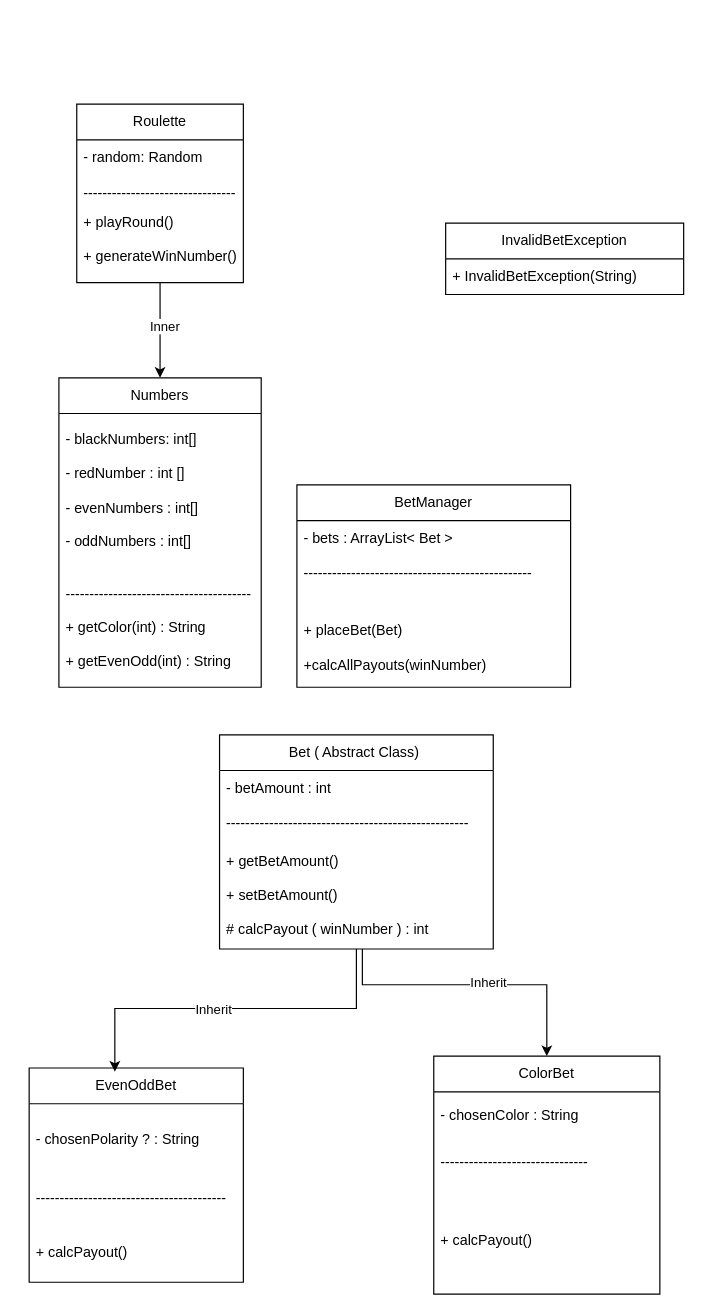
This is UD1Middy.drawio from CS112-2564-Fall2024/ud1-it-s-not-gambling-it-s-research, a draw.io file, before an edit. Source tidied: cells renumbered, new cells numbered last; positions are measured from the earlier drawing's top-left corner, leaving out a move shared by most shapes. Both pictures are drawn from the tidied source at 119%, with x=0, y=0 at pixel (29, 104).
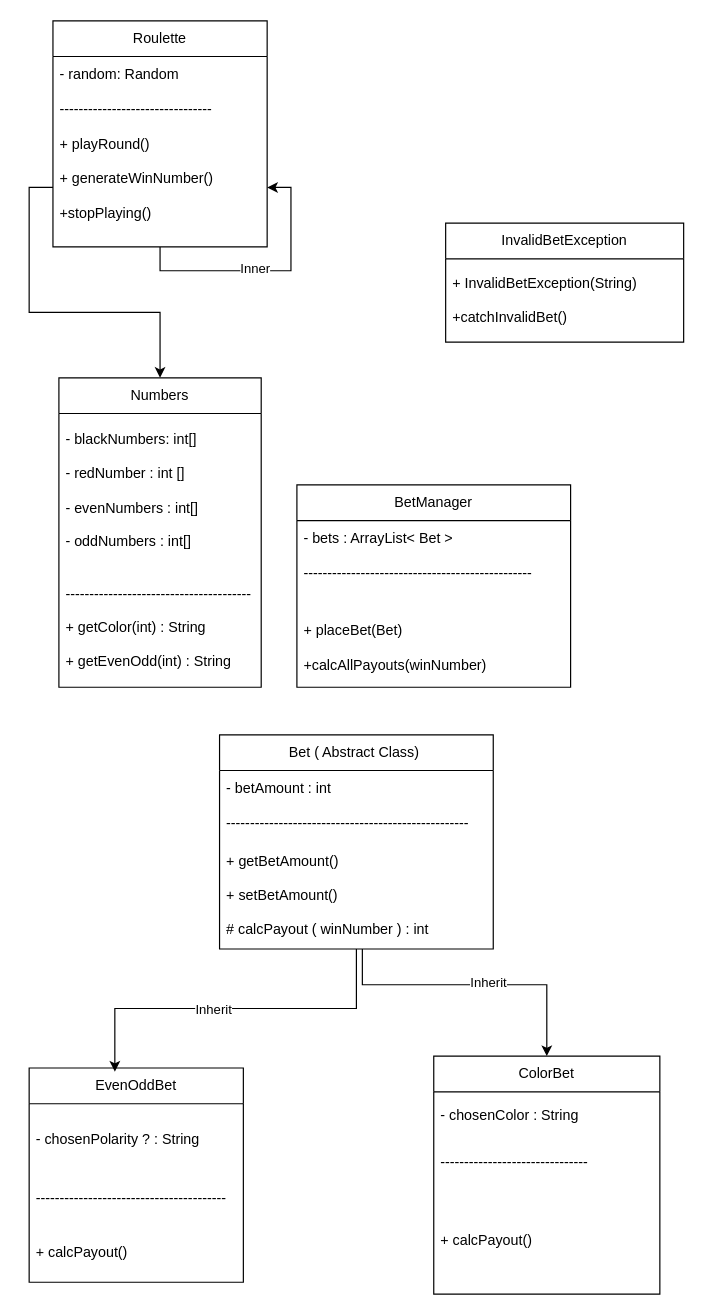
The same page after the edit.

Unchanged cells that the change refers to:
```xml
<mxCell id="8" value="Numbers" style="swimlane;fontStyle=0;horizontal=1;startSize=30;whiteSpace=wrap;html=1;" parent="1" vertex="1">
  <mxGeometry x="25" y="230" width="170" height="260" as="geometry" />
</mxCell>
```

Diff of the diagram source:
```diff
@@
-    <mxCell id="2" style="edgeStyle=orthogonalEdgeStyle;rounded=0;jettySize=auto;html=1;" parent="1" edge="1" source="4" target="8">
+    <mxCell id="2" style="edgeStyle=orthogonalEdgeStyle;rounded=0;jettySize=auto;html=1;" parent="1" edge="1" source="7" target="8">
       <mxGeometry relative="1" as="geometry" />
     </mxCell>
-    <mxCell id="3" value="Inner" style="edgeLabel;html=1;align=center;verticalAlign=middle;" parent="2" vertex="1">
-      <mxGeometry x="-0.1" y="3" relative="1" as="geometry" />
-    </mxCell>
     <mxCell id="4" value="Roulette" style="swimlane;fontStyle=0;horizontal=1;startSize=30;whiteSpace=wrap;html=1;" parent="1" vertex="1">
-      <mxGeometry x="40" width="140" height="150" as="geometry" />
+      <mxGeometry x="20" y="-70" width="180" height="190" as="geometry" />
     </mxCell>
     <mxCell id="5" value="- random: Random" style="text;strokeColor=none;fillColor=none;align=left;verticalAlign=middle;spacingLeft=4;spacingRight=4;overflow=hidden;whiteSpace=wrap;html=1;" parent="4" vertex="1">
-      <mxGeometry y="30" width="140" height="30" as="geometry" />
+      <mxGeometry y="30" width="180" height="30" as="geometry" />
     </mxCell>
     <mxCell id="6" value="--------------------------------" style="text;strokeColor=none;fillColor=none;align=left;verticalAlign=middle;spacingLeft=4;spacingRight=4;overflow=hidden;whiteSpace=wrap;html=1;" parent="4" vertex="1">
-      <mxGeometry y="60" width="140" height="30" as="geometry" />
+      <mxGeometry y="60" width="180" height="30" as="geometry" />
     </mxCell>
+    <mxCell id="33" style="edgeStyle=orthogonalEdgeStyle;rounded=0;jettySize=auto;html=1;" parent="4" edge="1" source="4" target="7">
+      <mxGeometry relative="1" as="geometry" />
+    </mxCell>
+    <mxCell id="3" value="Inner" style="edgeLabel;html=1;align=center;verticalAlign=middle;" parent="33" vertex="1">
+      <mxGeometry x="-0.1" y="3" relative="1" as="geometry" />
+    </mxCell>
-    <mxCell id="7" value="+ playRound()&lt;div&gt;&lt;br&gt;&lt;div&gt;+ generateWinNumber()&lt;/div&gt;&lt;div&gt;&lt;br&gt;&lt;/div&gt;&lt;/div&gt;" style="text;strokeColor=none;fillColor=none;align=left;verticalAlign=middle;spacingLeft=4;spacingRight=4;overflow=hidden;points=[[0,0.5],[1,0.5]];portConstraint=eastwest;whiteSpace=wrap;html=1;" parent="4" vertex="1">
-      <mxGeometry y="90" width="140" height="60" as="geometry" />
+    <mxCell id="7" value="+ playRound()&lt;div&gt;&lt;br&gt;&lt;div&gt;+ generateWinNumber()&lt;/div&gt;&lt;div&gt;&lt;br&gt;&lt;/div&gt;&lt;div&gt;+stopPlaying()&lt;/div&gt;&lt;div&gt;&lt;br&gt;&lt;/div&gt;&lt;/div&gt;" style="text;strokeColor=none;fillColor=none;align=left;verticalAlign=middle;spacingLeft=4;spacingRight=4;overflow=hidden;points=[[0,0.5],[1,0.5]];portConstraint=eastwest;whiteSpace=wrap;html=1;" parent="4" vertex="1">
+      <mxGeometry y="90" width="180" height="100" as="geometry" />
     </mxCell>
@@
     <mxCell id="27" value="InvalidBetException" style="swimlane;fontStyle=0;horizontal=1;startSize=30;whiteSpace=wrap;html=1;" parent="1" vertex="1">
-      <mxGeometry x="350" y="100" width="200" height="60" as="geometry" />
+      <mxGeometry x="350" y="100" width="200" height="100" as="geometry" />
     </mxCell>
-    <mxCell id="28" value="+ InvalidBetException(String)" style="text;strokeColor=none;fillColor=none;align=left;verticalAlign=middle;spacingLeft=4;spacingRight=4;overflow=hidden;whiteSpace=wrap;html=1;" parent="27" vertex="1">
-      <mxGeometry y="30" width="200" height="30" as="geometry" />
+    <mxCell id="28" value="+ InvalidBetException(String)&lt;div&gt;&lt;br&gt;&lt;/div&gt;&lt;div&gt;+catchInvalidBet()&lt;/div&gt;" style="text;strokeColor=none;fillColor=none;align=left;verticalAlign=middle;spacingLeft=4;spacingRight=4;overflow=hidden;whiteSpace=wrap;html=1;" parent="27" vertex="1">
+      <mxGeometry y="30" width="200" height="70" as="geometry" />
     </mxCell>
```
